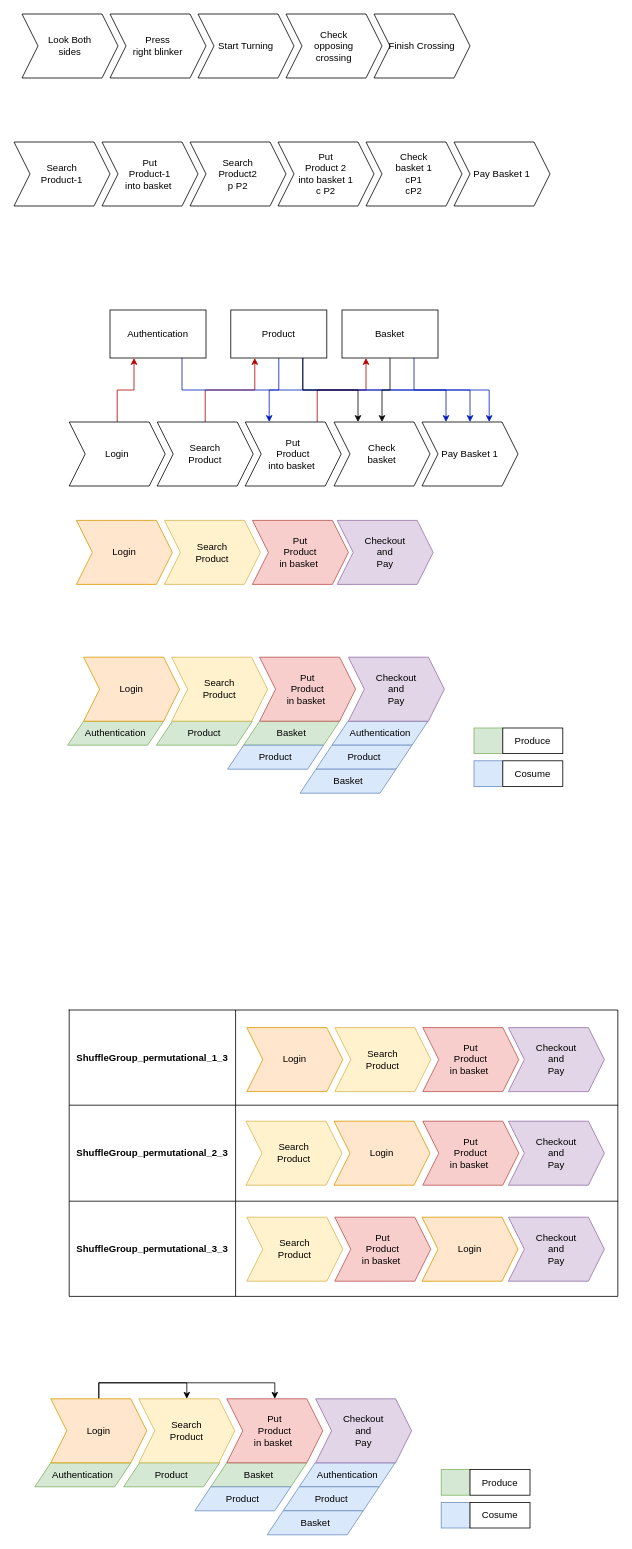
adobe/phased-testing keeps this draw.io diagram as page "PermutationsInAction" (18 of 18) of diagrams/PhasedDiagrams.drawio. Above is the earlier version. Source tidied: cells renumbered, new cells numbered last; positions are measured from the earlier drawing's top-left corner, leaving out a move shared by most shapes. Both pictures are drawn from the tidied source at 80%, with x=0, y=0 at pixel (14, 14).
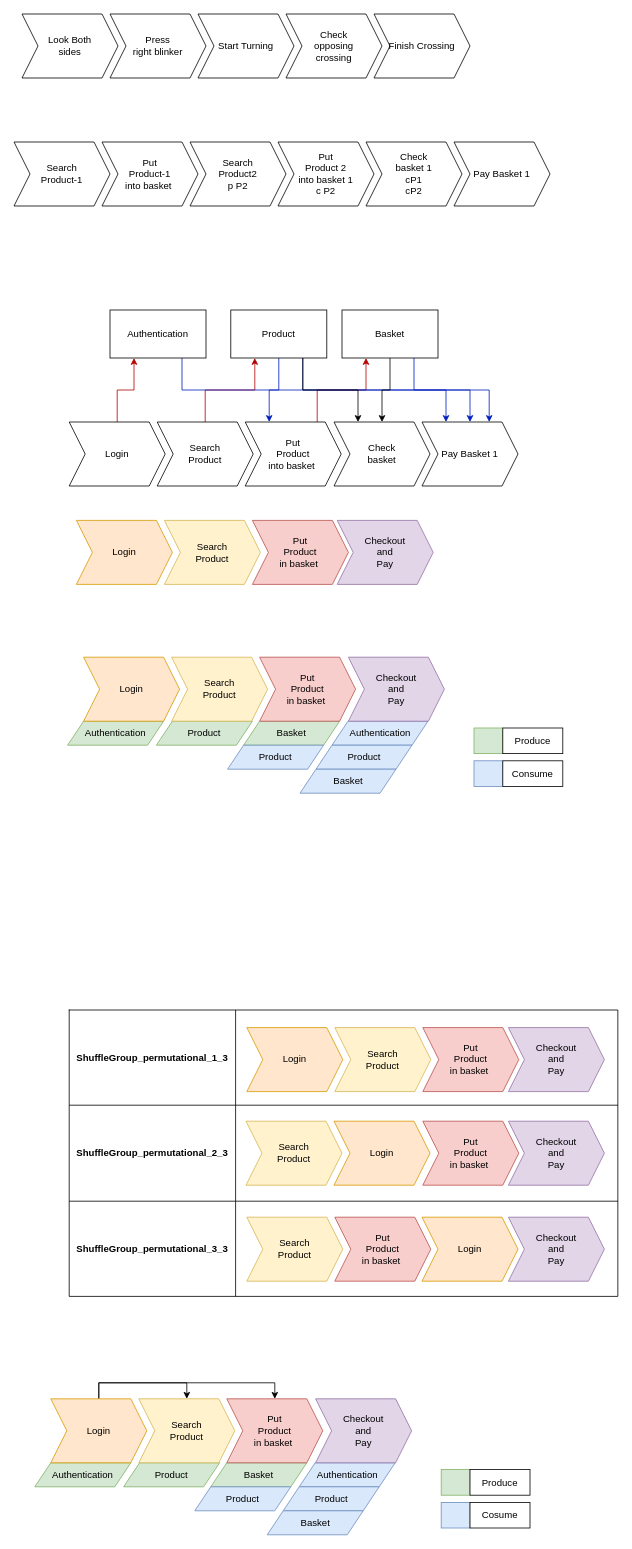
The same page after the edit.

Diff of the diagram source:
```diff
@@
-    <mxCell id="50" value="Cosume" style="rounded=0;whiteSpace=wrap;html=1;" parent="1" vertex="1">
+    <mxCell id="50" value="Consume" style="rounded=0;whiteSpace=wrap;html=1;" parent="1" vertex="1">
       <mxGeometry x="611" y="933.5" width="75" height="32" as="geometry" />
     </mxCell>
```
